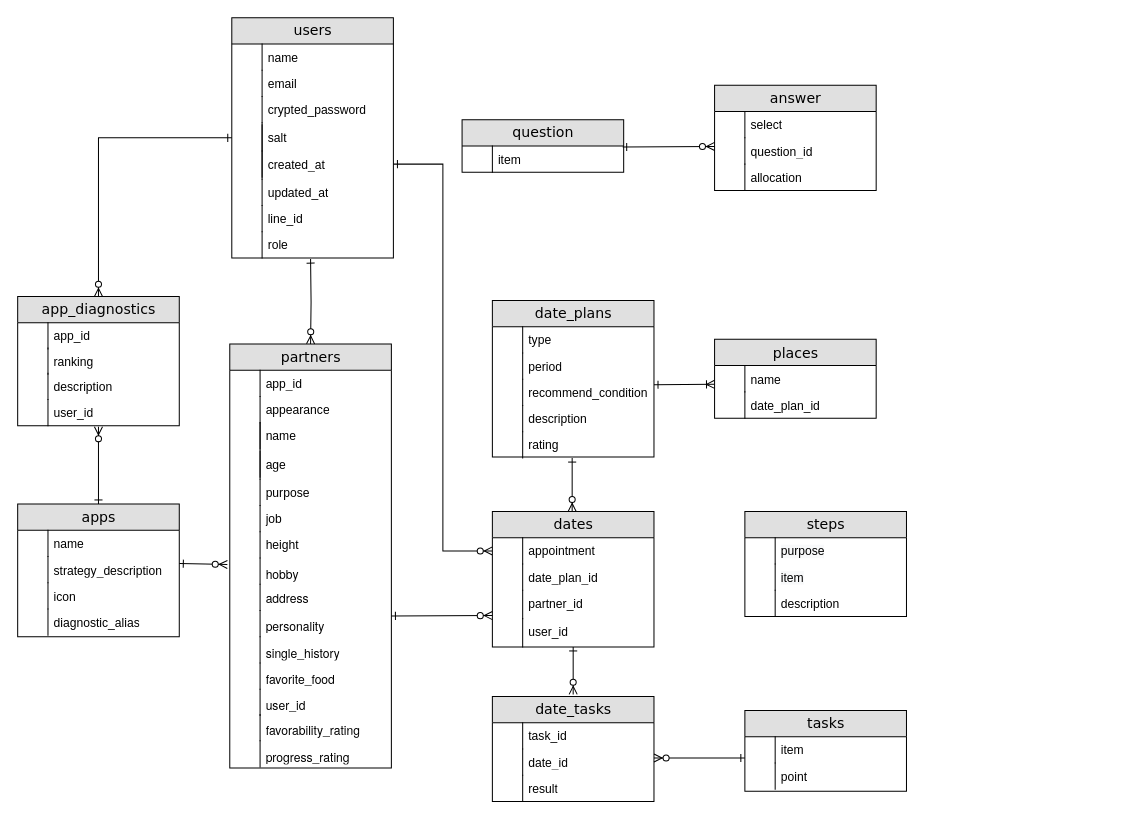
Earlier version of the draw.io diagram Untitled Diagram.drawio (kstar0102/ryuki0102). Source tidied: cells renumbered, new cells numbered last; positions are measured from the earlier drawing's top-left corner, leaving out a move shared by most shapes. Both pictures are drawn from the tidied source at 101%, with x=0, y=0 at pixel (17, 17).
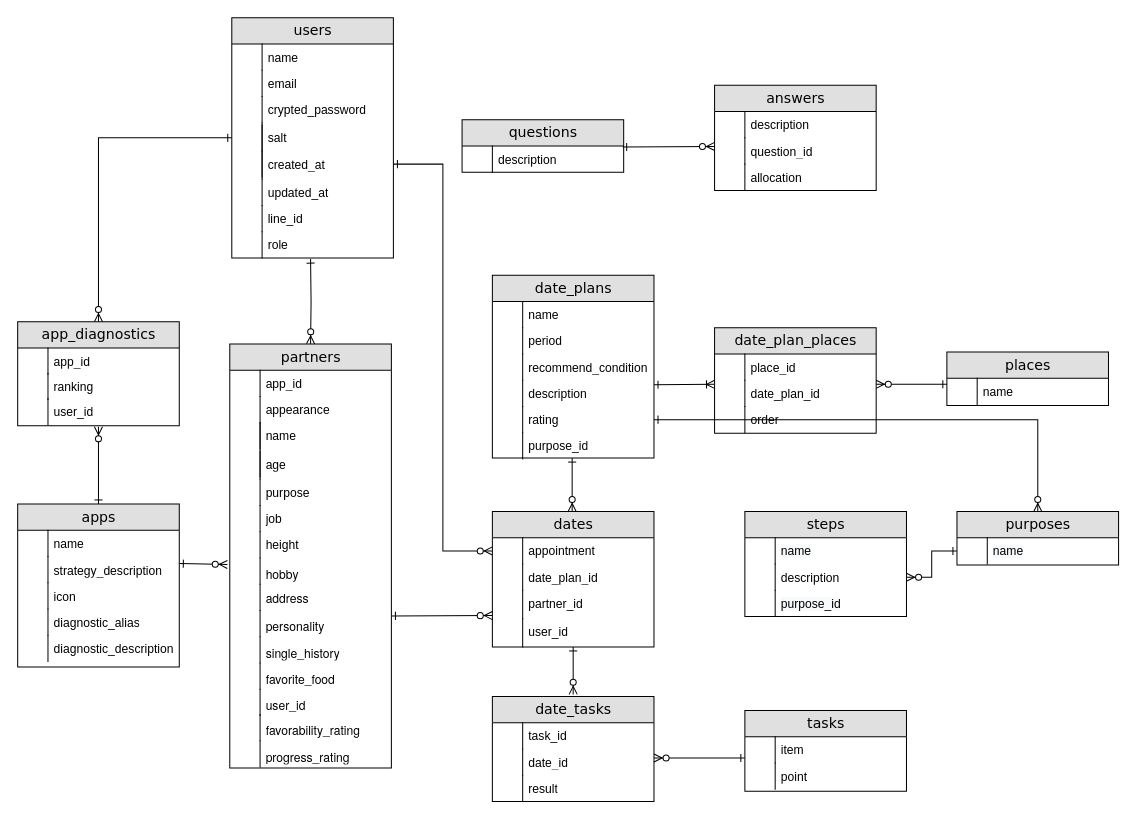
Above is the later version.

Unchanged cells that the change refers to:
```xml
<mxCell id="78" value="steps" style="swimlane;html=1;fontStyle=0;horizontal=1;startSize=26;fillColor=#e0e0e0;swimlaneFillColor=#ffffff;align=center;rounded=0;shadow=0;comic=0;labelBackgroundColor=none;strokeWidth=1;fontFamily=Verdana;fontSize=14;" parent="1" vertex="1">
  <mxGeometry x="720" y="489" width="160" height="104" as="geometry" />
</mxCell>
```

Change to the diagram source:
```diff
@@
     <mxCell id="66" value="date_plans" style="swimlane;html=1;fontStyle=0;horizontal=1;startSize=26;fillColor=#e0e0e0;swimlaneFillColor=#ffffff;align=center;rounded=0;shadow=0;comic=0;labelBackgroundColor=none;strokeWidth=1;fontFamily=Verdana;fontSize=14;" parent="1" vertex="1">
-      <mxGeometry x="470" y="280" width="160" height="155" as="geometry" />
+      <mxGeometry x="470" y="255" width="160" height="181" as="geometry" />
     </mxCell>
-    <mxCell id="67" value="type" style="shape=partialRectangle;top=0;left=0;right=0;bottom=0;html=1;align=left;verticalAlign=top;fillColor=none;spacingLeft=34;spacingRight=4;whiteSpace=wrap;overflow=hidden;" parent="66" vertex="1">
+    <mxCell id="67" value="name" style="shape=partialRectangle;top=0;left=0;right=0;bottom=0;html=1;align=left;verticalAlign=top;fillColor=none;spacingLeft=34;spacingRight=4;whiteSpace=wrap;overflow=hidden;" parent="66" vertex="1">
       <mxGeometry y="26" width="160" height="26" as="geometry" />
     </mxCell>
@@
+    <mxCell id="102" value="recommend_condition" style="shape=partialRectangle;top=0;left=0;right=0;bottom=0;html=1;align=left;verticalAlign=top;fillColor=none;spacingLeft=34;spacingRight=4;whiteSpace=wrap;overflow=hidden;" parent="66" vertex="1">
+      <mxGeometry y="78" width="160" height="26" as="geometry" />
+    </mxCell>
+    <mxCell id="103" style="shape=partialRectangle;top=0;left=0;bottom=0;html=1;fillColor=none;align=left;verticalAlign=top;spacingLeft=4;spacingRight=4;whiteSpace=wrap;overflow=hidden;" parent="102" vertex="1">
+      <mxGeometry width="30" height="26" as="geometry" />
+    </mxCell>
+    <mxCell id="104" value="description" style="shape=partialRectangle;top=0;left=0;right=0;bottom=0;html=1;align=left;verticalAlign=top;fillColor=none;spacingLeft=34;spacingRight=4;whiteSpace=wrap;overflow=hidden;" parent="66" vertex="1">
+      <mxGeometry y="104" width="160" height="26" as="geometry" />
+    </mxCell>
+    <mxCell id="105" style="shape=partialRectangle;top=0;left=0;bottom=0;html=1;fillColor=none;align=left;verticalAlign=top;spacingLeft=4;spacingRight=4;whiteSpace=wrap;overflow=hidden;" parent="104" vertex="1">
+      <mxGeometry width="30" height="26" as="geometry" />
+    </mxCell>
+    <mxCell id="119" value="rating" style="shape=partialRectangle;top=0;left=0;right=0;bottom=0;html=1;align=left;verticalAlign=top;fillColor=none;spacingLeft=34;spacingRight=4;whiteSpace=wrap;overflow=hidden;points=[[0,0.5],[1,0.5]];portConstraint=eastwest;" parent="66" vertex="1">
+      <mxGeometry y="130" width="160" height="26" as="geometry" />
+    </mxCell>
+    <mxCell id="120" style="shape=partialRectangle;top=0;left=0;bottom=0;html=1;fillColor=none;align=left;verticalAlign=top;spacingLeft=4;spacingRight=4;whiteSpace=wrap;overflow=hidden;" parent="119" vertex="1">
+      <mxGeometry width="30" height="26" as="geometry" />
+    </mxCell>
     <mxCell id="71" value="apps" style="swimlane;html=1;fontStyle=0;horizontal=1;startSize=26;fillColor=#e0e0e0;swimlaneFillColor=#ffffff;align=center;rounded=0;shadow=0;comic=0;labelBackgroundColor=none;strokeWidth=1;fontFamily=Verdana;fontSize=14;" parent="1" vertex="1">
-      <mxGeometry y="481.5" width="160" height="131.5" as="geometry" />
+      <mxGeometry y="481.5" width="160" height="161.5" as="geometry" />
     </mxCell>
@@
-    <mxCell id="79" value="&lt;span style=&quot;color: rgb(0, 0, 0); font-family: helvetica; font-size: 12px; font-style: normal; font-weight: 400; letter-spacing: normal; text-align: left; text-indent: 0px; text-transform: none; word-spacing: 0px; background-color: rgb(248, 249, 250); display: inline; float: none;&quot;&gt;purpose&lt;/span&gt;" style="shape=partialRectangle;top=0;left=0;right=0;bottom=0;html=1;align=left;verticalAlign=top;fillColor=none;spacingLeft=34;spacingRight=4;whiteSpace=wrap;overflow=hidden;" parent="78" vertex="1">
-      <mxGeometry y="26" width="160" height="26" as="geometry" />
-    </mxCell>
-    <mxCell id="80" style="shape=partialRectangle;top=0;left=0;bottom=0;html=1;fillColor=none;align=left;verticalAlign=top;spacingLeft=4;spacingRight=4;whiteSpace=wrap;overflow=hidden;" parent="79" vertex="1">
-      <mxGeometry width="30" height="26" as="geometry" />
-    </mxCell>
-    <mxCell id="81" value="&lt;span style=&quot;color: rgb(0 , 0 , 0) ; font-family: &amp;#34;helvetica&amp;#34; ; font-size: 12px ; font-style: normal ; font-weight: 400 ; letter-spacing: normal ; text-align: left ; text-indent: 0px ; text-transform: none ; word-spacing: 0px ; background-color: rgb(248 , 249 , 250) ; display: inline ; float: none&quot;&gt;item&lt;/span&gt;" style="shape=partialRectangle;top=0;left=0;right=0;bottom=0;html=1;align=left;verticalAlign=top;fillColor=none;spacingLeft=34;spacingRight=4;whiteSpace=wrap;overflow=hidden;" parent="78" vertex="1">
-      <mxGeometry y="52" width="160" height="26" as="geometry" />
+    <mxCell id="81" value="&lt;span style=&quot;color: rgb(0 , 0 , 0) ; font-family: &amp;#34;helvetica&amp;#34; ; font-size: 12px ; font-style: normal ; font-weight: 400 ; letter-spacing: normal ; text-align: left ; text-indent: 0px ; text-transform: none ; word-spacing: 0px ; background-color: rgb(248 , 249 , 250) ; display: inline ; float: none&quot;&gt;name&lt;/span&gt;" style="shape=partialRectangle;top=0;left=0;right=0;bottom=0;html=1;align=left;verticalAlign=top;fillColor=none;spacingLeft=34;spacingRight=4;whiteSpace=wrap;overflow=hidden;" parent="78" vertex="1">
+      <mxGeometry y="26" width="160" height="26" as="geometry" />
     </mxCell>
@@
     <mxCell id="83" value="&lt;font face=&quot;helvetica&quot;&gt;description&lt;/font&gt;" style="shape=partialRectangle;top=0;left=0;right=0;bottom=0;html=1;align=left;verticalAlign=top;fillColor=none;spacingLeft=34;spacingRight=4;whiteSpace=wrap;overflow=hidden;points=[[0,0.5],[1,0.5]];portConstraint=eastwest;" parent="78" vertex="1">
-      <mxGeometry y="78" width="160" height="26" as="geometry" />
+      <mxGeometry y="52" width="160" height="26" as="geometry" />
     </mxCell>
@@
+    <mxCell id="79" value="&lt;span style=&quot;color: rgb(0 , 0 , 0) ; font-family: &amp;#34;helvetica&amp;#34; ; font-size: 12px ; font-style: normal ; font-weight: 400 ; letter-spacing: normal ; text-align: left ; text-indent: 0px ; text-transform: none ; word-spacing: 0px ; background-color: rgb(248 , 249 , 250) ; display: inline ; float: none&quot;&gt;purpose_id&lt;/span&gt;" style="shape=partialRectangle;top=0;left=0;right=0;bottom=0;html=1;align=left;verticalAlign=top;fillColor=none;spacingLeft=34;spacingRight=4;whiteSpace=wrap;overflow=hidden;" parent="78" vertex="1">
+      <mxGeometry y="78" width="160" height="26" as="geometry" />
+    </mxCell>
+    <mxCell id="80" style="shape=partialRectangle;top=0;left=0;bottom=0;html=1;fillColor=none;align=left;verticalAlign=top;spacingLeft=4;spacingRight=4;whiteSpace=wrap;overflow=hidden;" parent="79" vertex="1">
+      <mxGeometry width="30" height="26" as="geometry" />
+    </mxCell>
-    <mxCell id="85" value="question" style="swimlane;html=1;fontStyle=0;horizontal=1;startSize=26;fillColor=#e0e0e0;swimlaneFillColor=#ffffff;align=center;rounded=0;shadow=0;comic=0;labelBackgroundColor=none;strokeWidth=1;fontFamily=Verdana;fontSize=14;" parent="1" vertex="1">
+    <mxCell id="85" value="questions" style="swimlane;html=1;fontStyle=0;horizontal=1;startSize=26;fillColor=#e0e0e0;swimlaneFillColor=#ffffff;align=center;rounded=0;shadow=0;comic=0;labelBackgroundColor=none;strokeWidth=1;fontFamily=Verdana;fontSize=14;" parent="1" vertex="1">
       <mxGeometry x="440" y="101" width="160" height="52" as="geometry" />
     </mxCell>
-    <mxCell id="86" value="item" style="shape=partialRectangle;top=0;left=0;right=0;bottom=0;html=1;align=left;verticalAlign=top;fillColor=none;spacingLeft=34;spacingRight=4;whiteSpace=wrap;overflow=hidden;" parent="85" vertex="1">
+    <mxCell id="86" value="description" style="shape=partialRectangle;top=0;left=0;right=0;bottom=0;html=1;align=left;verticalAlign=top;fillColor=none;spacingLeft=34;spacingRight=4;whiteSpace=wrap;overflow=hidden;" parent="85" vertex="1">
       <mxGeometry y="26" width="160" height="25" as="geometry" />
     </mxCell>
@@
-    <mxCell id="88" value="answer" style="swimlane;html=1;fontStyle=0;horizontal=1;startSize=26;fillColor=#e0e0e0;swimlaneFillColor=#ffffff;align=center;rounded=0;shadow=0;comic=0;labelBackgroundColor=none;strokeWidth=1;fontFamily=Verdana;fontSize=14;" parent="1" vertex="1">
+    <mxCell id="88" value="answers" style="swimlane;html=1;fontStyle=0;horizontal=1;startSize=26;fillColor=#e0e0e0;swimlaneFillColor=#ffffff;align=center;rounded=0;shadow=0;comic=0;labelBackgroundColor=none;strokeWidth=1;fontFamily=Verdana;fontSize=14;" parent="1" vertex="1">
       <mxGeometry x="690" y="67" width="160" height="104" as="geometry" />
     </mxCell>
-    <mxCell id="89" value="select" style="shape=partialRectangle;top=0;left=0;right=0;bottom=0;html=1;align=left;verticalAlign=top;fillColor=none;spacingLeft=34;spacingRight=4;whiteSpace=wrap;overflow=hidden;" parent="88" vertex="1">
+    <mxCell id="89" value="description" style="shape=partialRectangle;top=0;left=0;right=0;bottom=0;html=1;align=left;verticalAlign=top;fillColor=none;spacingLeft=34;spacingRight=4;whiteSpace=wrap;overflow=hidden;" parent="88" vertex="1">
       <mxGeometry y="26" width="160" height="26" as="geometry" />
     </mxCell>
@@
     <mxCell id="96" value="places" style="swimlane;html=1;fontStyle=0;horizontal=1;startSize=26;fillColor=#e0e0e0;swimlaneFillColor=#ffffff;align=center;rounded=0;shadow=0;comic=0;labelBackgroundColor=none;strokeWidth=1;fontFamily=Verdana;fontSize=14;" parent="1" vertex="1">
-      <mxGeometry x="690" y="318.5" width="160" height="78" as="geometry" />
+      <mxGeometry x="920" y="331" width="160" height="53" as="geometry" />
     </mxCell>
-    <mxCell id="97" value="name" style="shape=partialRectangle;top=0;left=0;right=0;bottom=0;html=1;align=left;verticalAlign=top;fillColor=none;spacingLeft=34;spacingRight=4;whiteSpace=wrap;overflow=hidden;points=[[0,0.5],[1,0.5]];portConstraint=eastwest;" parent="96" vertex="1">
-      <mxGeometry y="26" width="160" height="26" as="geometry" />
-    </mxCell>
-    <mxCell id="98" style="shape=partialRectangle;top=0;left=0;bottom=0;html=1;fillColor=none;align=left;verticalAlign=top;spacingLeft=4;spacingRight=4;whiteSpace=wrap;overflow=hidden;" parent="97" vertex="1">
-      <mxGeometry width="30" height="26" as="geometry" />
-    </mxCell>
-    <mxCell id="99" value="date_plan_id" style="shape=partialRectangle;top=0;left=0;right=0;bottom=0;html=1;align=left;verticalAlign=top;fillColor=none;spacingLeft=34;spacingRight=4;whiteSpace=wrap;overflow=hidden;" parent="96" vertex="1">
-      <mxGeometry y="52" width="160" height="26" as="geometry" />
+    <mxCell id="99" value="name" style="shape=partialRectangle;top=0;left=0;right=0;bottom=0;html=1;align=left;verticalAlign=top;fillColor=none;spacingLeft=34;spacingRight=4;whiteSpace=wrap;overflow=hidden;" parent="96" vertex="1">
+      <mxGeometry y="26" width="160" height="26" as="geometry" />
     </mxCell>
@@
-    <mxCell id="102" value="recommend_condition" style="shape=partialRectangle;top=0;left=0;right=0;bottom=0;html=1;align=left;verticalAlign=top;fillColor=none;spacingLeft=34;spacingRight=4;whiteSpace=wrap;overflow=hidden;" parent="1" vertex="1">
-      <mxGeometry x="470" y="358" width="160" height="26" as="geometry" />
-    </mxCell>
-    <mxCell id="103" style="shape=partialRectangle;top=0;left=0;bottom=0;html=1;fillColor=none;align=left;verticalAlign=top;spacingLeft=4;spacingRight=4;whiteSpace=wrap;overflow=hidden;" parent="102" vertex="1">
-      <mxGeometry width="30" height="26" as="geometry" />
-    </mxCell>
-    <mxCell id="104" value="description" style="shape=partialRectangle;top=0;left=0;right=0;bottom=0;html=1;align=left;verticalAlign=top;fillColor=none;spacingLeft=34;spacingRight=4;whiteSpace=wrap;overflow=hidden;" parent="1" vertex="1">
-      <mxGeometry x="470" y="384" width="160" height="26" as="geometry" />
-    </mxCell>
-    <mxCell id="105" style="shape=partialRectangle;top=0;left=0;bottom=0;html=1;fillColor=none;align=left;verticalAlign=top;spacingLeft=4;spacingRight=4;whiteSpace=wrap;overflow=hidden;" parent="104" vertex="1">
-      <mxGeometry width="30" height="26" as="geometry" />
-    </mxCell>
@@
-    <mxCell id="119" value="rating" style="shape=partialRectangle;top=0;left=0;right=0;bottom=0;html=1;align=left;verticalAlign=top;fillColor=none;spacingLeft=34;spacingRight=4;whiteSpace=wrap;overflow=hidden;points=[[0,0.5],[1,0.5]];portConstraint=eastwest;" parent="1" vertex="1">
-      <mxGeometry x="470" y="410" width="160" height="26" as="geometry" />
-    </mxCell>
-    <mxCell id="120" style="shape=partialRectangle;top=0;left=0;bottom=0;html=1;fillColor=none;align=left;verticalAlign=top;spacingLeft=4;spacingRight=4;whiteSpace=wrap;overflow=hidden;" parent="119" vertex="1">
-      <mxGeometry width="30" height="26" as="geometry" />
-    </mxCell>
@@
     <mxCell id="123" value="app_diagnostics" style="swimlane;html=1;fontStyle=0;horizontal=1;startSize=26;fillColor=#e0e0e0;swimlaneFillColor=#ffffff;align=center;rounded=0;shadow=0;comic=0;labelBackgroundColor=none;strokeWidth=1;fontFamily=Verdana;fontSize=14;" parent="1" vertex="1">
-      <mxGeometry y="276" width="160" height="128" as="geometry" />
+      <mxGeometry y="301" width="160" height="103" as="geometry" />
     </mxCell>
@@
-    <mxCell id="128" value="description" style="shape=partialRectangle;top=0;left=0;right=0;bottom=0;html=1;align=left;verticalAlign=top;fillColor=none;spacingLeft=34;spacingRight=4;whiteSpace=wrap;overflow=hidden;" parent="123" vertex="1">
-      <mxGeometry y="76" width="160" height="26" as="geometry" />
-    </mxCell>
-    <mxCell id="129" style="shape=partialRectangle;top=0;left=0;bottom=0;html=1;fillColor=none;align=left;verticalAlign=top;spacingLeft=4;spacingRight=4;whiteSpace=wrap;overflow=hidden;" parent="128" vertex="1">
-      <mxGeometry width="30" height="26" as="geometry" />
-    </mxCell>
     <mxCell id="130" value="user_id" style="shape=partialRectangle;top=0;left=0;right=0;bottom=0;html=1;align=left;verticalAlign=top;fillColor=none;spacingLeft=34;spacingRight=4;whiteSpace=wrap;overflow=hidden;" parent="123" vertex="1">
-      <mxGeometry y="102" width="160" height="25" as="geometry" />
+      <mxGeometry y="76" width="160" height="25" as="geometry" />
     </mxCell>
@@
+    <mxCell id="137" value="date_plan_places" style="swimlane;html=1;fontStyle=0;horizontal=1;startSize=26;fillColor=#e0e0e0;swimlaneFillColor=#ffffff;align=center;rounded=0;shadow=0;comic=0;labelBackgroundColor=none;strokeWidth=1;fontFamily=Verdana;fontSize=14;" parent="1" vertex="1">
+      <mxGeometry x="690" y="307" width="160" height="104.5" as="geometry" />
+    </mxCell>
+    <mxCell id="138" value="place_id" style="shape=partialRectangle;top=0;left=0;right=0;bottom=0;html=1;align=left;verticalAlign=top;fillColor=none;spacingLeft=34;spacingRight=4;whiteSpace=wrap;overflow=hidden;" parent="137" vertex="1">
+      <mxGeometry y="26" width="160" height="26" as="geometry" />
+    </mxCell>
+    <mxCell id="139" style="shape=partialRectangle;top=0;left=0;bottom=0;html=1;fillColor=none;align=left;verticalAlign=top;spacingLeft=4;spacingRight=4;whiteSpace=wrap;overflow=hidden;" parent="138" vertex="1">
+      <mxGeometry width="30" height="26" as="geometry" />
+    </mxCell>
+    <mxCell id="140" value="date_plan_id" style="shape=partialRectangle;top=0;left=0;right=0;bottom=0;html=1;align=left;verticalAlign=top;fillColor=none;spacingLeft=34;spacingRight=4;whiteSpace=wrap;overflow=hidden;" parent="137" vertex="1">
+      <mxGeometry y="52" width="160" height="26" as="geometry" />
+    </mxCell>
+    <mxCell id="141" style="shape=partialRectangle;top=0;left=0;bottom=0;html=1;fillColor=none;align=left;verticalAlign=top;spacingLeft=4;spacingRight=4;whiteSpace=wrap;overflow=hidden;" parent="140" vertex="1">
+      <mxGeometry width="30" height="26" as="geometry" />
+    </mxCell>
+    <mxCell id="142" value="order" style="shape=partialRectangle;top=0;left=0;right=0;bottom=0;html=1;align=left;verticalAlign=top;fillColor=none;spacingLeft=34;spacingRight=4;whiteSpace=wrap;overflow=hidden;" parent="1" vertex="1">
+      <mxGeometry x="690" y="385" width="160" height="26" as="geometry" />
+    </mxCell>
+    <mxCell id="143" style="shape=partialRectangle;top=0;left=0;bottom=0;html=1;fillColor=none;align=left;verticalAlign=top;spacingLeft=4;spacingRight=4;whiteSpace=wrap;overflow=hidden;" parent="142" vertex="1">
+      <mxGeometry width="30" height="26" as="geometry" />
+    </mxCell>
+    <mxCell id="144" style="edgeStyle=orthogonalEdgeStyle;rounded=0;orthogonalLoop=1;jettySize=auto;html=1;fontSize=11;startArrow=ERone;startFill=0;endArrow=ERzeroToMany;endFill=1;endSize=6;strokeWidth=1;" parent="1" edge="1">
+      <mxGeometry relative="1" as="geometry">
+        <mxPoint x="920" y="363" as="sourcePoint" />
+        <mxPoint x="850" y="363" as="targetPoint" />
+      </mxGeometry>
+    </mxCell>
+    <mxCell id="145" value="diagnostic_description" style="shape=partialRectangle;top=0;left=0;right=0;bottom=0;html=1;align=left;verticalAlign=top;fillColor=none;spacingLeft=34;spacingRight=4;whiteSpace=wrap;overflow=hidden;" parent="1" vertex="1">
+      <mxGeometry y="611.5" width="160" height="25" as="geometry" />
+    </mxCell>
+    <mxCell id="146" style="shape=partialRectangle;top=0;left=0;bottom=0;html=1;fillColor=none;align=left;verticalAlign=top;spacingLeft=4;spacingRight=4;whiteSpace=wrap;overflow=hidden;" parent="145" vertex="1">
+      <mxGeometry width="30" height="26" as="geometry" />
+    </mxCell>
+    <mxCell id="147" value="purpose_id" style="shape=partialRectangle;top=0;left=0;right=0;bottom=0;html=1;align=left;verticalAlign=top;fillColor=none;spacingLeft=34;spacingRight=4;whiteSpace=wrap;overflow=hidden;" parent="1" vertex="1">
+      <mxGeometry x="470" y="411" width="160" height="26" as="geometry" />
+    </mxCell>
+    <mxCell id="148" style="shape=partialRectangle;top=0;left=0;bottom=0;html=1;fillColor=none;align=left;verticalAlign=top;spacingLeft=4;spacingRight=4;whiteSpace=wrap;overflow=hidden;" parent="147" vertex="1">
+      <mxGeometry width="30" height="26" as="geometry" />
+    </mxCell>
+    <mxCell id="149" value="purposes" style="swimlane;html=1;fontStyle=0;horizontal=1;startSize=26;fillColor=#e0e0e0;swimlaneFillColor=#ffffff;align=center;rounded=0;shadow=0;comic=0;labelBackgroundColor=none;strokeWidth=1;fontFamily=Verdana;fontSize=14;" parent="1" vertex="1">
+      <mxGeometry x="930" y="489" width="160" height="53" as="geometry" />
+    </mxCell>
+    <mxCell id="97" value="&lt;span style=&quot;color: rgb(0 , 0 , 0) ; font-family: &amp;#34;helvetica&amp;#34; ; font-size: 12px ; font-style: normal ; font-weight: 400 ; letter-spacing: normal ; text-align: left ; text-indent: 0px ; text-transform: none ; word-spacing: 0px ; background-color: rgb(248 , 249 , 250) ; display: inline ; float: none&quot;&gt;name&lt;/span&gt;" style="shape=partialRectangle;top=0;left=0;right=0;bottom=0;html=1;align=left;verticalAlign=top;fillColor=none;spacingLeft=34;spacingRight=4;whiteSpace=wrap;overflow=hidden;points=[[0,0.5],[1,0.5]];portConstraint=eastwest;" parent="149" vertex="1">
+      <mxGeometry y="26" width="160" height="26" as="geometry" />
+    </mxCell>
+    <mxCell id="150" style="shape=partialRectangle;top=0;left=0;bottom=0;html=1;fillColor=none;align=left;verticalAlign=top;spacingLeft=4;spacingRight=4;whiteSpace=wrap;overflow=hidden;" parent="97" vertex="1">
+      <mxGeometry width="30" height="26" as="geometry" />
+    </mxCell>
+    <mxCell id="151" style="edgeStyle=orthogonalEdgeStyle;rounded=0;jettySize=auto;html=1;exitX=1;exitY=0.5;exitDx=0;exitDy=0;fontSize=11;startArrow=ERone;startFill=0;endArrow=ERzeroToMany;endFill=1;endSize=6;strokeWidth=1;" parent="1" edge="1" source="119" target="149">
+      <mxGeometry relative="1" as="geometry" />
+    </mxCell>
+    <mxCell id="152" style="edgeStyle=orthogonalEdgeStyle;rounded=0;jettySize=auto;html=1;exitX=0;exitY=0.5;exitDx=0;exitDy=0;entryX=1;entryY=0.5;entryDx=0;entryDy=0;fontSize=11;startArrow=ERone;startFill=0;endArrow=ERzeroToMany;endFill=1;endSize=6;strokeWidth=1;" parent="1" edge="1" source="97" target="83">
+      <mxGeometry relative="1" as="geometry" />
+    </mxCell>
```
